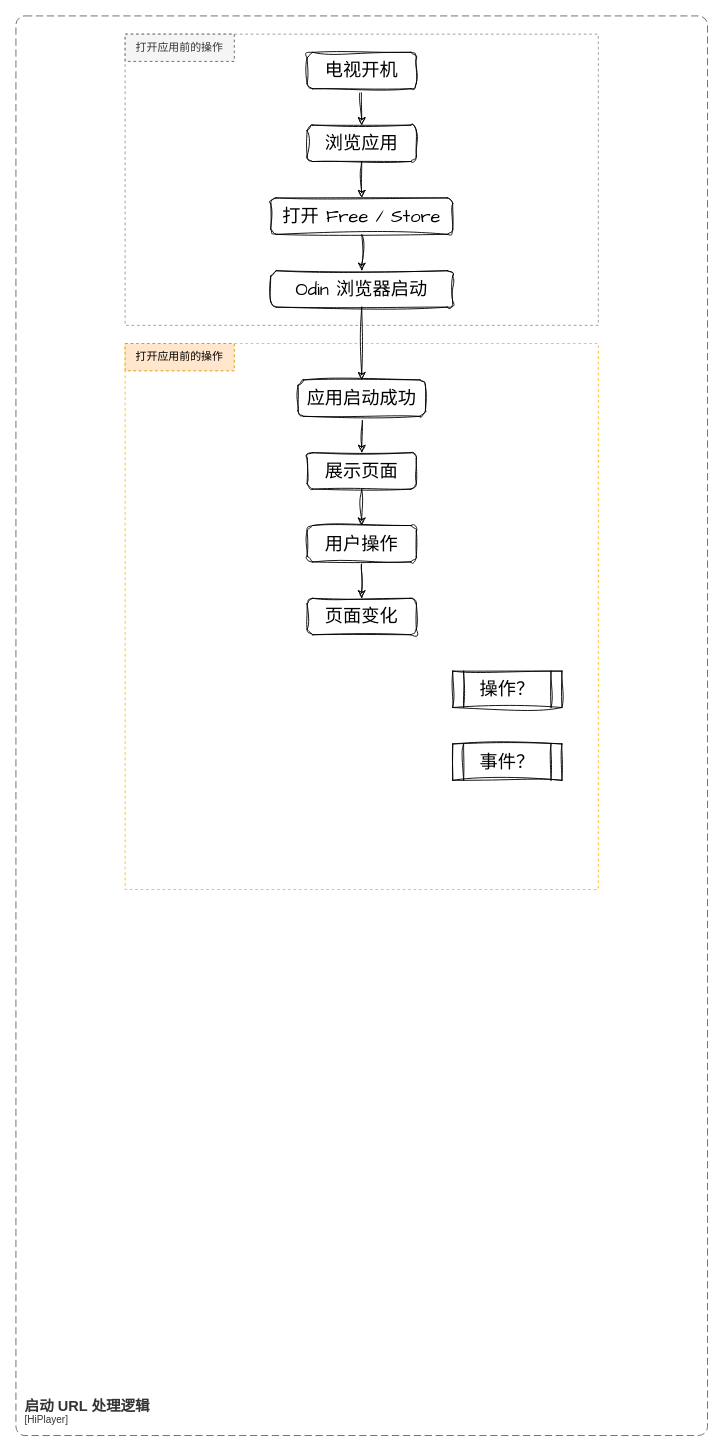
LeeDebug/drawio keeps this draw.io diagram as page "启动流程图" (1 of 2) of Free and Store Diagram.drawio. Above is the earlier version. Source tidied: cells renumbered, new cells numbered last; positions are measured from the earlier drawing's top-left corner, leaving out a move shared by most shapes. Both pictures are drawn from the tidied source at 91%, with x=0, y=0 at pixel (15, 15).
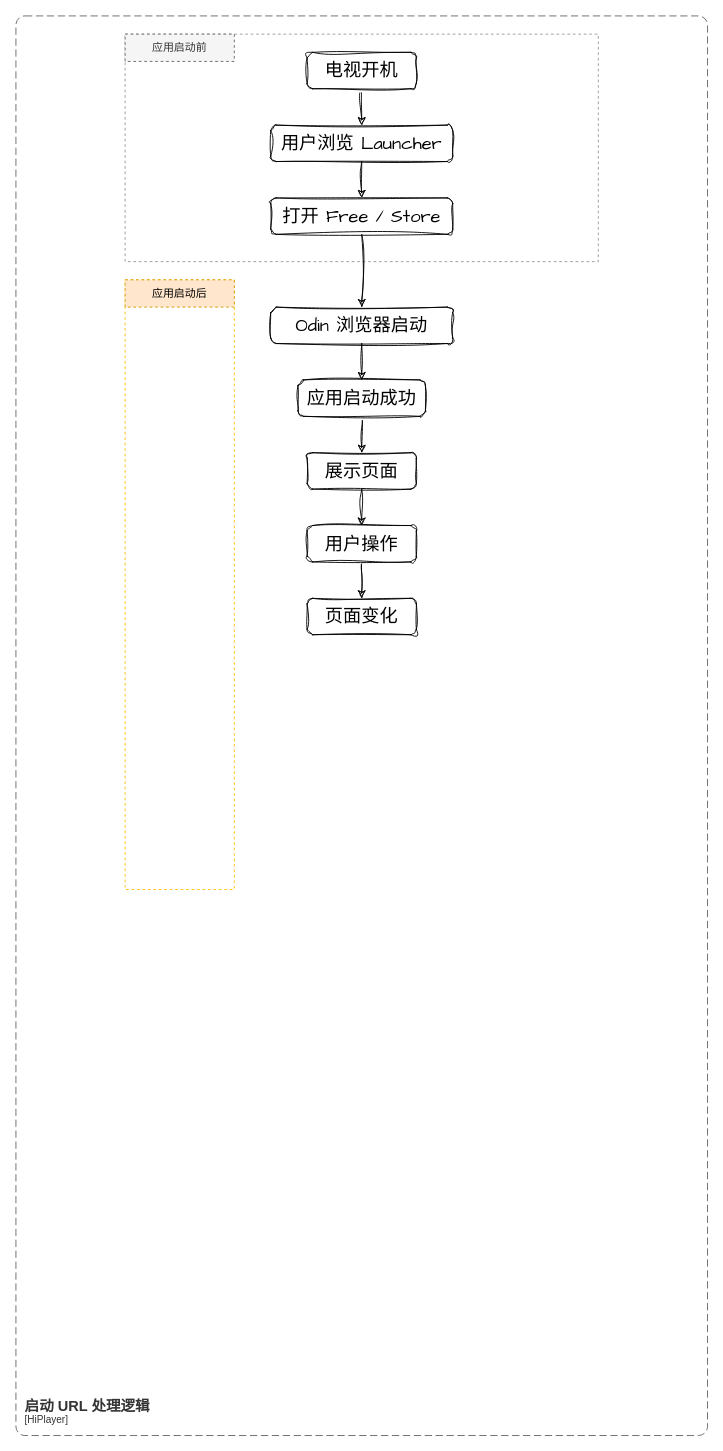
The same page after the edit.

What changed in the source:
```diff
@@
     <mxCell id="2" style="rounded=0;whiteSpace=wrap;html=1;fillColor=none;dashed=1;strokeColor=#999999;" parent="1" vertex="1">
-      <mxGeometry x="120" y="20" width="520" height="320" as="geometry" />
+      <mxGeometry x="120" y="20" width="520" height="250" as="geometry" />
     </mxCell>
     <mxCell id="3" style="rounded=0;whiteSpace=wrap;html=1;fillColor=none;dashed=1;strokeColor=#ffbf00;" parent="1" vertex="1">
-      <mxGeometry x="120" y="360" width="520" height="600" as="geometry" />
+      <mxGeometry x="120" y="290" width="120" height="670" as="geometry" />
     </mxCell>
@@
-    <mxCell id="8" value="浏览应用" style="rounded=1;whiteSpace=wrap;html=1;sketch=1;hachureGap=4;jiggle=2;curveFitting=1;fontFamily=Architects Daughter;fontSize=20;" parent="1" vertex="1">
-      <mxGeometry x="320" y="120" width="120" height="40" as="geometry" />
+    <mxCell id="8" value="用户浏览 Launcher" style="rounded=1;whiteSpace=wrap;html=1;sketch=1;hachureGap=4;jiggle=2;curveFitting=1;fontFamily=Architects Daughter;fontSize=20;" parent="1" vertex="1">
+      <mxGeometry x="280" y="120" width="200" height="40" as="geometry" />
     </mxCell>
@@
     <mxCell id="12" value="Odin 浏览器启动" style="rounded=1;whiteSpace=wrap;html=1;sketch=1;hachureGap=4;jiggle=2;curveFitting=1;fontFamily=Architects Daughter;fontSize=20;" parent="1" vertex="1">
-      <mxGeometry x="280" y="280" width="200" height="40" as="geometry" />
+      <mxGeometry x="280" y="320" width="200" height="40" as="geometry" />
     </mxCell>
@@
-    <mxCell id="17" value="打开应用前的操作" style="text;html=1;strokeColor=#666666;fillColor=#f5f5f5;align=center;verticalAlign=middle;whiteSpace=wrap;rounded=0;dashed=1;fontColor=#333333;" parent="1" vertex="1">
+    <mxCell id="17" value="应用启动前" style="text;html=1;strokeColor=#666666;fillColor=#f5f5f5;align=center;verticalAlign=middle;whiteSpace=wrap;rounded=0;dashed=1;fontColor=#333333;" parent="1" vertex="1">
       <mxGeometry x="120" y="20" width="120" height="30" as="geometry" />
     </mxCell>
-    <mxCell id="18" value="打开应用前的操作" style="text;html=1;strokeColor=#d79b00;fillColor=#ffe6cc;align=center;verticalAlign=middle;whiteSpace=wrap;rounded=0;dashed=1;" parent="1" vertex="1">
-      <mxGeometry x="120" y="360" width="120" height="30" as="geometry" />
+    <mxCell id="18" value="应用启动后" style="text;html=1;strokeColor=#d79b00;fillColor=#ffe6cc;align=center;verticalAlign=middle;whiteSpace=wrap;rounded=0;dashed=1;" parent="1" vertex="1">
+      <mxGeometry x="120" y="290" width="120" height="30" as="geometry" />
     </mxCell>
@@
-    <mxCell id="22" value="操作？" style="shape=process;whiteSpace=wrap;html=1;backgroundOutline=1;sketch=1;hachureGap=4;jiggle=2;curveFitting=1;fontFamily=Architects Daughter;fontSize=20;" parent="1" vertex="1">
-      <mxGeometry x="480" y="720" width="120" height="40" as="geometry" />
-    </mxCell>
-    <mxCell id="23" value="事件？" style="shape=process;whiteSpace=wrap;html=1;backgroundOutline=1;sketch=1;hachureGap=4;jiggle=2;curveFitting=1;fontFamily=Architects Daughter;fontSize=20;" parent="1" vertex="1">
-      <mxGeometry x="480" y="800" width="120" height="40" as="geometry" />
-    </mxCell>
```
